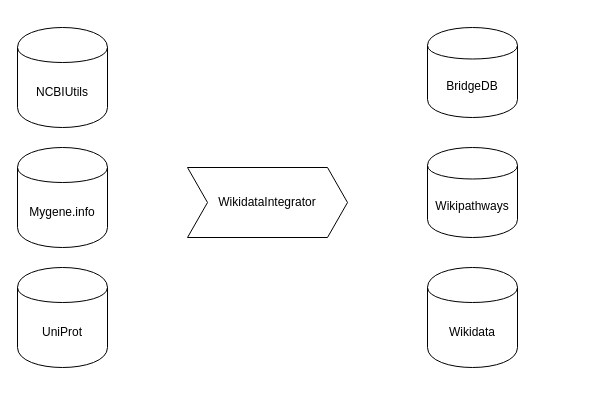
Earlier version of the draw.io diagram Wikidata_Covid_Flow.drawio (labratests/wikidata_covid19). Source tidied: cells renumbered, new cells numbered last; positions are measured from the earlier drawing's top-left corner, leaving out a move shared by most shapes. Both pictures are drawn from the tidied source at 100%, with x=0, y=0 at pixel (17, 27).
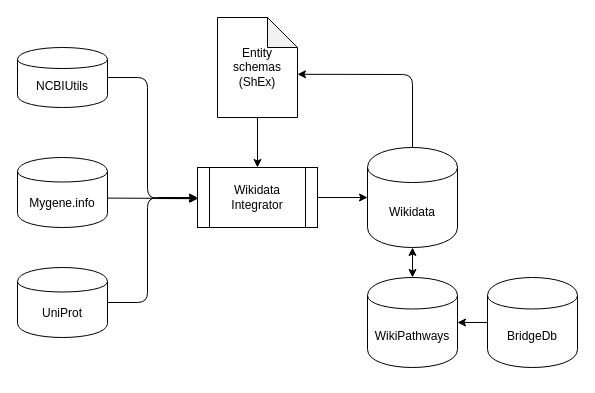
Above is the later version.

Diff of the diagram source:
```diff
@@
     <mxCell id="2" value="Wikidata" style="shape=cylinder;whiteSpace=wrap;html=1;boundedLbl=1;backgroundOutline=1;" parent="1" vertex="1">
-      <mxGeometry x="410" y="240" width="90" height="100" as="geometry" />
+      <mxGeometry x="350" y="120" width="90" height="100" as="geometry" />
     </mxCell>
-    <mxCell id="3" value="Wikipathways" style="shape=cylinder;whiteSpace=wrap;html=1;boundedLbl=1;backgroundOutline=1;" parent="1" vertex="1">
-      <mxGeometry x="410" y="120" width="90" height="90" as="geometry" />
+    <mxCell id="3" value="WikiPathways" style="shape=cylinder;whiteSpace=wrap;html=1;boundedLbl=1;backgroundOutline=1;" parent="1" vertex="1">
+      <mxGeometry x="350" y="250" width="90" height="90" as="geometry" />
     </mxCell>
-    <mxCell id="4" value="BridgeDB&lt;br&gt;" style="shape=cylinder;whiteSpace=wrap;html=1;boundedLbl=1;backgroundOutline=1;" parent="1" vertex="1">
-      <mxGeometry x="410" width="90" height="90" as="geometry" />
+    <mxCell id="4" value="BridgeDb" style="shape=cylinder;whiteSpace=wrap;html=1;boundedLbl=1;backgroundOutline=1;" parent="1" vertex="1">
+      <mxGeometry x="470" y="250" width="90" height="90" as="geometry" />
     </mxCell>
     <mxCell id="5" value="NCBIUtils" style="shape=cylinder;whiteSpace=wrap;html=1;boundedLbl=1;backgroundOutline=1;" parent="1" vertex="1">
-      <mxGeometry width="90" height="100" as="geometry" />
+      <mxGeometry y="20" width="90" height="60" as="geometry" />
     </mxCell>
     <mxCell id="6" value="Mygene.info" style="shape=cylinder;whiteSpace=wrap;html=1;boundedLbl=1;backgroundOutline=1;" parent="1" vertex="1">
-      <mxGeometry y="120" width="90" height="100" as="geometry" />
+      <mxGeometry y="130" width="90" height="70" as="geometry" />
     </mxCell>
     <mxCell id="7" value="UniProt" style="shape=cylinder;whiteSpace=wrap;html=1;boundedLbl=1;backgroundOutline=1;" parent="1" vertex="1">
-      <mxGeometry y="240" width="90" height="100" as="geometry" />
+      <mxGeometry y="240" width="90" height="70" as="geometry" />
     </mxCell>
-    <mxCell id="8" value="WikidataIntegrator&lt;br&gt;" style="shape=step;perimeter=stepPerimeter;whiteSpace=wrap;html=1;fixedSize=1;" parent="1" vertex="1">
-      <mxGeometry x="170" y="140" width="160" height="70" as="geometry" />
-    </mxCell>
+    <mxCell id="9" style="endArrow=classic;html=1;exitX=1;exitY=0.5;exitDx=0;exitDy=0;entryX=0.127;entryY=0.515;entryDx=0;entryDy=0;entryPerimeter=0;" parent="1" edge="1" source="5">
+      <mxGeometry relative="1" as="geometry">
+        <mxPoint x="180.3" y="171.2" as="targetPoint" />
+        <Array as="points">
+          <mxPoint x="130" y="50" />
+          <mxPoint x="130" y="171" />
+        </Array>
+      </mxGeometry>
+    </mxCell>
+    <mxCell id="10" style="endArrow=classic;html=1;exitX=1;exitY=0.5;exitDx=0;exitDy=0;entryX=0.125;entryY=0.5;entryDx=0;entryDy=0;entryPerimeter=0;" parent="1" edge="1" source="7">
+      <mxGeometry relative="1" as="geometry">
+        <mxPoint x="180" y="170" as="targetPoint" />
+        <Array as="points">
+          <mxPoint x="130" y="275" />
+          <mxPoint x="130" y="170" />
+        </Array>
+      </mxGeometry>
+    </mxCell>
+    <mxCell id="11" style="endArrow=classic;html=1;exitX=0.996;exitY=0.58;exitDx=0;exitDy=0;entryX=0.124;entryY=0.512;entryDx=0;entryDy=0;exitPerimeter=0;entryPerimeter=0;" parent="1" edge="1" source="6">
+      <mxGeometry relative="1" as="geometry">
+        <mxPoint x="179.8" y="171" as="targetPoint" />
+      </mxGeometry>
+    </mxCell>
+    <mxCell id="12" style="endArrow=classic;html=1;entryX=0.5;entryY=1;entryDx=0;entryDy=0;" parent="1" edge="1" target="3">
+      <mxGeometry relative="1" as="geometry">
+        <mxPoint x="395" y="340" as="sourcePoint" />
+      </mxGeometry>
+    </mxCell>
+    <mxCell id="13" style="endArrow=classic;html=1;entryX=0;entryY=0.5;entryDx=0;entryDy=0;" parent="1" edge="1" target="2">
+      <mxGeometry relative="1" as="geometry">
+        <mxPoint x="320" y="170" as="sourcePoint" />
+        <Array as="points">
+          <mxPoint x="290" y="170" />
+        </Array>
+      </mxGeometry>
+    </mxCell>
+    <mxCell id="14" value="Wikidata&lt;br&gt;Integrator" style="shape=process;whiteSpace=wrap;html=1;backgroundOutline=1;" parent="1" vertex="1">
+      <mxGeometry x="180" y="140" width="120" height="60" as="geometry" />
+    </mxCell>
+    <mxCell id="15" value="Entity&lt;br&gt;schemas&lt;br&gt;(ShEx)" style="shape=note;whiteSpace=wrap;html=1;backgroundOutline=1;darkOpacity=0.05;" parent="1" vertex="1">
+      <mxGeometry x="200" y="-10" width="80" height="100" as="geometry" />
+    </mxCell>
+    <mxCell id="16" style="endArrow=classic;html=1;exitX=0.5;exitY=1;exitDx=0;exitDy=0;exitPerimeter=0;" parent="1" edge="1" source="15">
+      <mxGeometry relative="1" as="geometry">
+        <mxPoint x="240" y="140" as="targetPoint" />
+      </mxGeometry>
+    </mxCell>
+    <mxCell id="17" style="endArrow=classic;html=1;exitX=0.5;exitY=0;exitDx=0;exitDy=0;entryX=1;entryY=0.568;entryDx=0;entryDy=0;entryPerimeter=0;" parent="1" edge="1" source="2" target="15">
+      <mxGeometry relative="1" as="geometry">
+        <Array as="points">
+          <mxPoint x="395" y="47" />
+        </Array>
+      </mxGeometry>
+    </mxCell>
+    <mxCell id="18" style="endArrow=classic;startArrow=classic;html=1;entryX=0.5;entryY=1;entryDx=0;entryDy=0;" parent="1" edge="1" source="3" target="2">
+      <mxGeometry relative="1" as="geometry" />
+    </mxCell>
+    <mxCell id="19" style="endArrow=classic;html=1;entryX=1;entryY=0.5;entryDx=0;entryDy=0;exitX=0;exitY=0.5;exitDx=0;exitDy=0;" parent="1" edge="1" source="4" target="3">
+      <mxGeometry relative="1" as="geometry" />
+    </mxCell>
```
